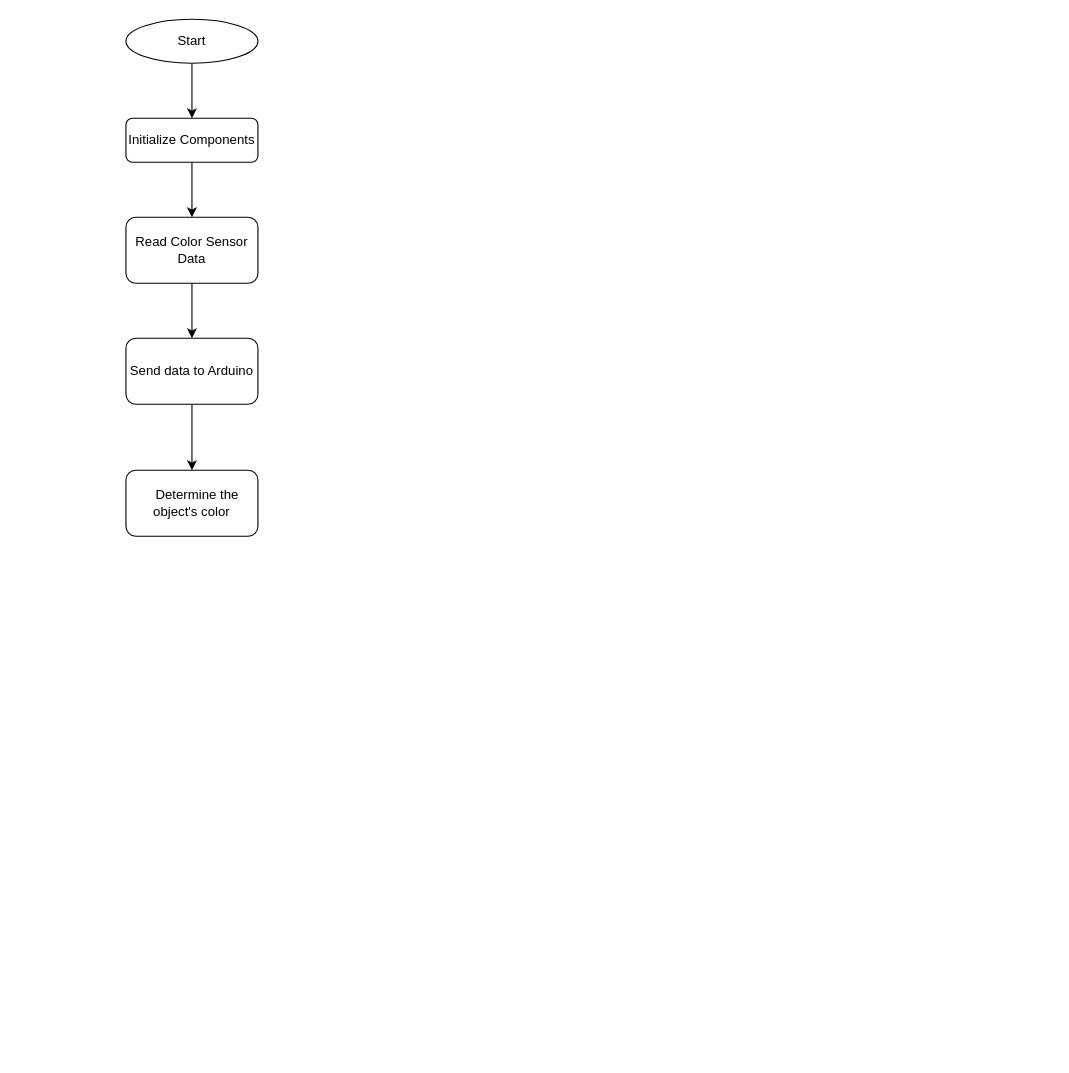
oggyne259/hehe keeps this draw.io diagram as Untitled Diagram.drawio. Above is the earlier version. Source tidied: cells renumbered, new cells numbered last; positions are measured from the earlier drawing's top-left corner, leaving out a move shared by most shapes. Both pictures are drawn from the tidied source at 110%, with x=0, y=0 at pixel (125, 19).
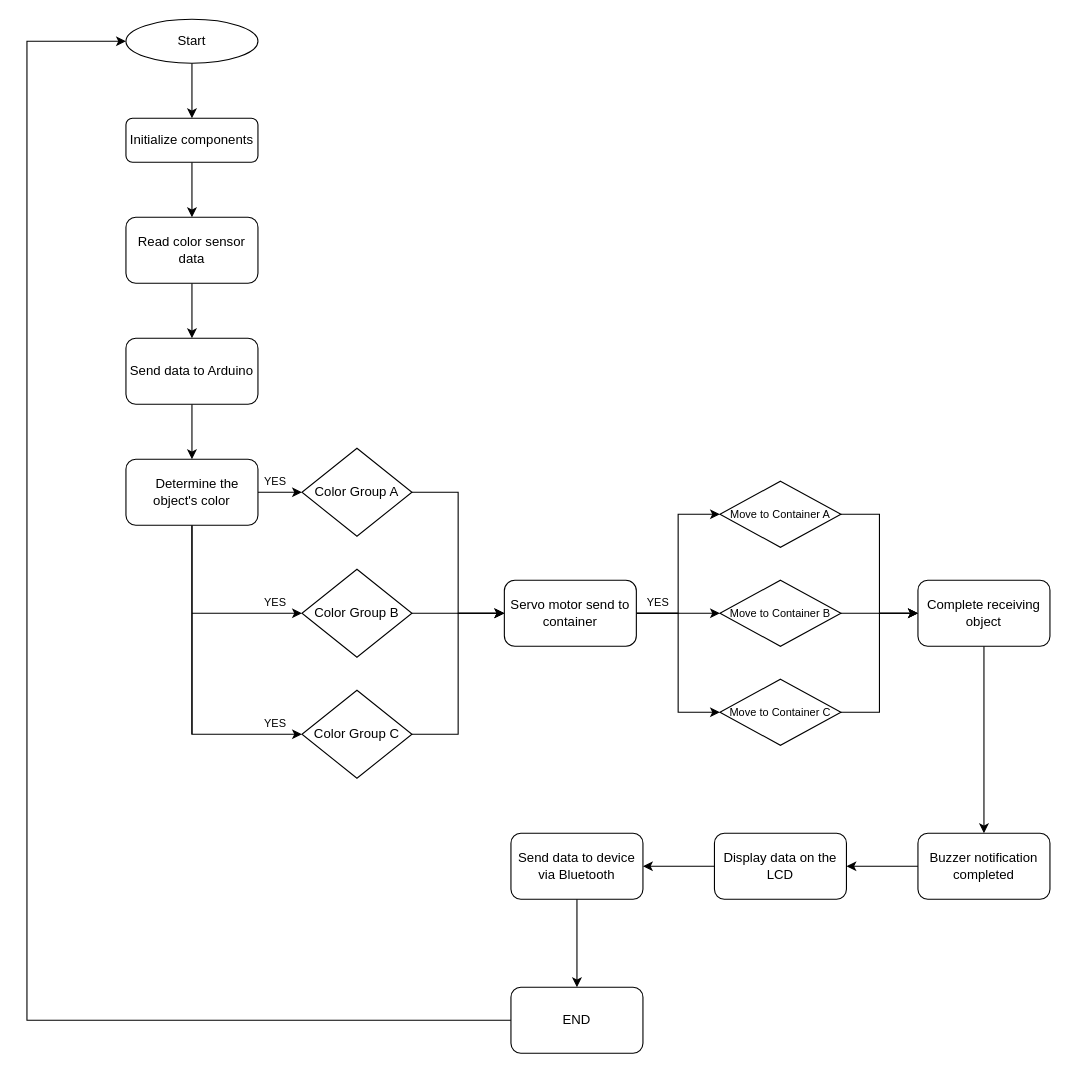
The same diagram, later.

The change refers to these unchanged cells:
```xml
<mxCell id="5" value="Start" style="ellipse;whiteSpace=wrap;html=1;" parent="1" vertex="1">
  <mxGeometry width="120" height="40" as="geometry" />
</mxCell>
```

The edit, as a diff of the source:
```diff
@@
-    <mxCell id="3" value="Initialize Components" style="rounded=1;whiteSpace=wrap;html=1;fontSize=12;glass=0;strokeWidth=1;shadow=0;" parent="1" vertex="1">
+    <mxCell id="3" value="Initialize components" style="rounded=1;whiteSpace=wrap;html=1;fontSize=12;glass=0;strokeWidth=1;shadow=0;" parent="1" vertex="1">
       <mxGeometry y="90" width="120" height="40" as="geometry" />
     </mxCell>
@@
-    <mxCell id="7" value="Read Color Sensor Data" style="rounded=1;whiteSpace=wrap;html=1;" parent="1" vertex="1">
+    <mxCell id="7" value="Read color sensor data" style="rounded=1;whiteSpace=wrap;html=1;" parent="1" vertex="1">
       <mxGeometry y="180" width="120" height="60" as="geometry" />
     </mxCell>
@@
+    <mxCell id="11" style="edgeStyle=orthogonalEdgeStyle;rounded=0;jettySize=auto;html=1;entryX=0;entryY=0.5;entryDx=0;entryDy=0;" parent="1" edge="1" source="10" target="18">
+      <mxGeometry relative="1" as="geometry">
+        <Array as="points">
+          <mxPoint x="60" y="650" />
+          <mxPoint x="60" y="650" />
+        </Array>
+      </mxGeometry>
+    </mxCell>
+    <mxCell id="12" style="edgeStyle=orthogonalEdgeStyle;rounded=0;jettySize=auto;html=1;entryX=0;entryY=0.5;entryDx=0;entryDy=0;" parent="1" edge="1" source="10" target="20">
+      <mxGeometry relative="1" as="geometry">
+        <Array as="points">
+          <mxPoint x="60" y="650" />
+          <mxPoint x="60" y="760" />
+        </Array>
+      </mxGeometry>
+    </mxCell>
+    <mxCell id="13" style="edgeStyle=orthogonalEdgeStyle;rounded=0;jettySize=auto;html=1;entryX=0;entryY=0.5;entryDx=0;entryDy=0;" parent="1" edge="1" source="10" target="15">
+      <mxGeometry relative="1" as="geometry" />
+    </mxCell>
     <mxCell id="10" value="&amp;nbsp; &amp;nbsp;Determine the object's color" style="rounded=1;whiteSpace=wrap;html=1;" parent="1" vertex="1">
-      <mxGeometry y="410" width="120" height="60" as="geometry" />
+      <mxGeometry y="400" width="120" height="60" as="geometry" />
     </mxCell>
+    <mxCell id="14" style="edgeStyle=orthogonalEdgeStyle;rounded=0;jettySize=auto;html=1;exitX=1;exitY=0.5;exitDx=0;exitDy=0;entryX=0;entryY=0.5;entryDx=0;entryDy=0;fontFamily=Helvetica;fontSize=12;fontColor=default;fontStyle=0;" parent="1" edge="1" source="15" target="24">
+      <mxGeometry relative="1" as="geometry" />
+    </mxCell>
+    <mxCell id="15" value="Color Group A" style="rhombus;whiteSpace=wrap;html=1;fontStyle=0;" parent="1" vertex="1">
+      <mxGeometry x="160" y="390" width="100" height="80" as="geometry" />
+    </mxCell>
+    <mxCell id="16" value="&lt;font style=&quot;font-size: 10px;&quot;&gt;YES&lt;/font&gt;" style="text;strokeColor=none;fillColor=none;align=left;verticalAlign=middle;spacingLeft=4;spacingRight=4;overflow=hidden;whiteSpace=wrap;html=1;" parent="1" vertex="1">
+      <mxGeometry x="120" y="410" width="40" height="20" as="geometry" />
+    </mxCell>
+    <mxCell id="17" style="edgeStyle=orthogonalEdgeStyle;rounded=0;jettySize=auto;html=1;exitX=1;exitY=0.5;exitDx=0;exitDy=0;entryX=0;entryY=0.5;entryDx=0;entryDy=0;fontFamily=Helvetica;fontSize=12;fontColor=default;fontStyle=0;" parent="1" edge="1" source="18" target="24">
+      <mxGeometry relative="1" as="geometry" />
+    </mxCell>
+    <mxCell id="18" value="Color Group B" style="rhombus;whiteSpace=wrap;html=1;fontStyle=0;" parent="1" vertex="1">
+      <mxGeometry x="160" y="500" width="100" height="80" as="geometry" />
+    </mxCell>
+    <mxCell id="19" style="edgeStyle=orthogonalEdgeStyle;rounded=0;jettySize=auto;html=1;exitX=1;exitY=0.5;exitDx=0;exitDy=0;entryX=0;entryY=0.5;entryDx=0;entryDy=0;fontFamily=Helvetica;fontSize=12;fontColor=default;fontStyle=0;" parent="1" edge="1" source="20" target="24">
+      <mxGeometry relative="1" as="geometry" />
+    </mxCell>
+    <mxCell id="20" value="Color Group C" style="rhombus;whiteSpace=wrap;html=1;fontStyle=0;" parent="1" vertex="1">
+      <mxGeometry x="160" y="610" width="100" height="80" as="geometry" />
+    </mxCell>
+    <mxCell id="21" style="edgeStyle=orthogonalEdgeStyle;rounded=0;jettySize=auto;html=1;exitX=1;exitY=0.5;exitDx=0;exitDy=0;entryX=0;entryY=0.5;entryDx=0;entryDy=0;fontFamily=Helvetica;fontSize=12;fontColor=default;fontStyle=0;" parent="1" edge="1" source="24" target="33">
+      <mxGeometry relative="1" as="geometry" />
+    </mxCell>
+    <mxCell id="22" style="edgeStyle=orthogonalEdgeStyle;rounded=0;jettySize=auto;html=1;exitX=1;exitY=0.5;exitDx=0;exitDy=0;entryX=0;entryY=0.5;entryDx=0;entryDy=0;fontFamily=Helvetica;fontSize=12;fontColor=default;fontStyle=0;" parent="1" edge="1" source="24" target="31">
+      <mxGeometry relative="1" as="geometry" />
+    </mxCell>
+    <mxCell id="23" style="edgeStyle=orthogonalEdgeStyle;rounded=0;jettySize=auto;html=1;exitX=1;exitY=0.5;exitDx=0;exitDy=0;entryX=0;entryY=0.5;entryDx=0;entryDy=0;fontFamily=Helvetica;fontSize=12;fontColor=default;fontStyle=0;" parent="1" edge="1" source="24" target="29">
+      <mxGeometry relative="1" as="geometry" />
+    </mxCell>
+    <mxCell id="24" value="Servo motor send to container" style="rounded=1;whiteSpace=wrap;html=1;arcSize=16;" parent="1" vertex="1">
+      <mxGeometry x="344" y="510" width="120" height="60" as="geometry" />
+    </mxCell>
+    <mxCell id="25" value="&lt;font style=&quot;font-size: 10px;&quot;&gt;YES&lt;/font&gt;" style="text;html=1;align=center;verticalAlign=middle;whiteSpace=wrap;rounded=0;" parent="1" vertex="1">
+      <mxGeometry x="464" y="520" width="40" height="20" as="geometry" />
+    </mxCell>
+    <mxCell id="26" value="&lt;font style=&quot;font-size: 10px;&quot;&gt;YES&lt;/font&gt;" style="text;strokeColor=none;fillColor=none;align=left;verticalAlign=middle;spacingLeft=4;spacingRight=4;overflow=hidden;whiteSpace=wrap;html=1;" parent="1" vertex="1">
+      <mxGeometry x="120" y="520" width="40" height="20" as="geometry" />
+    </mxCell>
+    <mxCell id="27" value="&lt;font style=&quot;font-size: 10px;&quot;&gt;YES&lt;/font&gt;" style="text;strokeColor=none;fillColor=none;align=left;verticalAlign=middle;spacingLeft=4;spacingRight=4;overflow=hidden;whiteSpace=wrap;html=1;" parent="1" vertex="1">
+      <mxGeometry x="120" y="630" width="40" height="20" as="geometry" />
+    </mxCell>
+    <mxCell id="28" style="edgeStyle=orthogonalEdgeStyle;rounded=0;jettySize=auto;html=1;exitX=1;exitY=0.5;exitDx=0;exitDy=0;fontFamily=Helvetica;fontSize=12;fontColor=default;fontStyle=0;entryX=0;entryY=0.5;entryDx=0;entryDy=0;" parent="1" edge="1" source="29" target="35">
+      <mxGeometry relative="1" as="geometry" />
+    </mxCell>
+    <mxCell id="29" value="&lt;font style=&quot;font-size: 10px;&quot;&gt;Move to Container C&lt;/font&gt;" style="rhombus;whiteSpace=wrap;html=1;fontStyle=0;" parent="1" vertex="1">
+      <mxGeometry x="540" y="600" width="110" height="60" as="geometry" />
+    </mxCell>
+    <mxCell id="30" style="edgeStyle=orthogonalEdgeStyle;rounded=0;jettySize=auto;html=1;exitX=1;exitY=0.5;exitDx=0;exitDy=0;entryX=0;entryY=0.5;entryDx=0;entryDy=0;fontFamily=Helvetica;fontSize=12;fontColor=default;fontStyle=0;" parent="1" edge="1" source="31" target="35">
+      <mxGeometry relative="1" as="geometry" />
+    </mxCell>
+    <mxCell id="31" value="&lt;font style=&quot;font-size: 10px;&quot;&gt;Move to Container B&lt;/font&gt;" style="rhombus;whiteSpace=wrap;html=1;fontStyle=0;" parent="1" vertex="1">
+      <mxGeometry x="540" y="510" width="110" height="60" as="geometry" />
+    </mxCell>
+    <mxCell id="32" style="edgeStyle=orthogonalEdgeStyle;rounded=0;jettySize=auto;html=1;exitX=1;exitY=0.5;exitDx=0;exitDy=0;entryX=0;entryY=0.5;entryDx=0;entryDy=0;fontFamily=Helvetica;fontSize=12;fontColor=default;fontStyle=0;" parent="1" edge="1" source="33" target="35">
+      <mxGeometry relative="1" as="geometry" />
+    </mxCell>
+    <mxCell id="33" value="&lt;font style=&quot;font-size: 10px;&quot;&gt;Move to Container A&lt;/font&gt;" style="rhombus;whiteSpace=wrap;html=1;fontStyle=0;" parent="1" vertex="1">
+      <mxGeometry x="540" y="420" width="110" height="60" as="geometry" />
+    </mxCell>
+    <mxCell id="34" style="edgeStyle=orthogonalEdgeStyle;rounded=0;jettySize=auto;html=1;fontFamily=Helvetica;fontSize=12;fontColor=default;fontStyle=0;" parent="1" edge="1" source="35" target="37">
+      <mxGeometry relative="1" as="geometry" />
+    </mxCell>
+    <mxCell id="35" value="Complete receiving object" style="rounded=1;whiteSpace=wrap;html=1;strokeColor=default;align=center;verticalAlign=middle;fontFamily=Helvetica;fontSize=12;fontColor=default;fontStyle=0;fillColor=default;" parent="1" vertex="1">
+      <mxGeometry x="720" y="510" width="120" height="60" as="geometry" />
+    </mxCell>
+    <mxCell id="36" style="edgeStyle=orthogonalEdgeStyle;rounded=0;jettySize=auto;html=1;fontFamily=Helvetica;fontSize=12;fontColor=default;fontStyle=0;" parent="1" edge="1" source="37" target="39">
+      <mxGeometry relative="1" as="geometry" />
+    </mxCell>
+    <mxCell id="37" value="Buzzer notification completed" style="rounded=1;whiteSpace=wrap;html=1;fontStyle=0;" parent="1" vertex="1">
+      <mxGeometry x="720" y="740" width="120" height="60" as="geometry" />
+    </mxCell>
+    <mxCell id="38" style="edgeStyle=orthogonalEdgeStyle;rounded=0;jettySize=auto;html=1;fontFamily=Helvetica;fontSize=12;fontColor=default;fontStyle=0;" parent="1" edge="1" source="39" target="41">
+      <mxGeometry relative="1" as="geometry" />
+    </mxCell>
+    <mxCell id="39" value="Display data on the LCD" style="rounded=1;whiteSpace=wrap;html=1;fontStyle=0;" parent="1" vertex="1">
+      <mxGeometry x="535" y="740" width="120" height="60" as="geometry" />
+    </mxCell>
+    <mxCell id="40" style="edgeStyle=orthogonalEdgeStyle;rounded=0;jettySize=auto;html=1;fontFamily=Helvetica;fontSize=12;fontColor=default;fontStyle=0;" parent="1" edge="1" source="41" target="43">
+      <mxGeometry relative="1" as="geometry" />
+    </mxCell>
+    <mxCell id="41" value="Send data to device via Bluetooth" style="rounded=1;whiteSpace=wrap;html=1;fontStyle=0;" parent="1" vertex="1">
+      <mxGeometry x="350" y="740" width="120" height="60" as="geometry" />
+    </mxCell>
+    <mxCell id="42" style="edgeStyle=orthogonalEdgeStyle;rounded=0;jettySize=auto;html=1;entryX=0;entryY=0.5;entryDx=0;entryDy=0;fontFamily=Helvetica;fontSize=12;fontColor=default;fontStyle=0;" parent="1" edge="1" source="43" target="5">
+      <mxGeometry relative="1" as="geometry">
+        <Array as="points">
+          <mxPoint x="-90" y="910" />
+          <mxPoint x="-90" y="20" />
+        </Array>
+      </mxGeometry>
+    </mxCell>
+    <mxCell id="43" value="END" style="whiteSpace=wrap;html=1;rounded=1;fontStyle=0;" parent="1" vertex="1">
+      <mxGeometry x="350" y="880" width="120" height="60" as="geometry" />
+    </mxCell>
```
